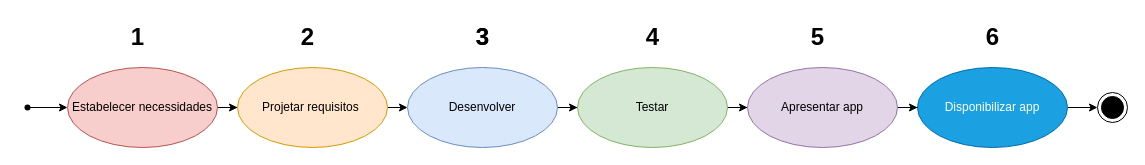
Before: page "Fluxo principal" (1 of 9) of Diagrama sem nome.drawio in helloisasilva/Processo-de-engenharia-de-software-para-App-mobile, a draw.io diagram. Source tidied: cells renumbered, new cells numbered last; positions are measured from the earlier drawing's top-left corner, leaving out a move shared by most shapes. Both pictures are drawn from the tidied source at 100%, with x=0, y=0 at pixel (17, 17).
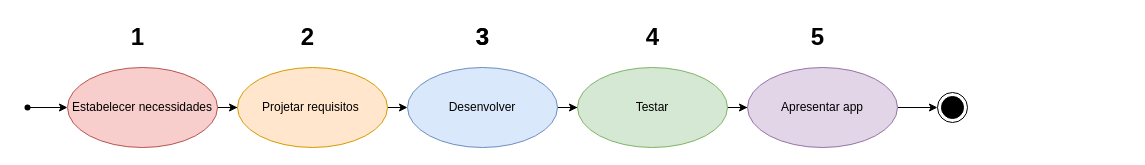
The same diagram, later.

Commit message:
Processo principal atualizado

Unchanged cells that the change refers to:
```xml
<mxCell id="15" value="Apresentar app" style="ellipse;whiteSpace=wrap;html=1;fillColor=#e1d5e7;strokeColor=#9673a6;shadow=0;" parent="1" vertex="1">
  <mxGeometry x="730" y="50" width="150" height="80" as="geometry" />
</mxCell>
```

What changed in the source:
```diff
@@
-    <mxCell id="12" style="edgeStyle=orthogonalEdgeStyle;rounded=0;jettySize=auto;html=1;" parent="1" edge="1" source="13" target="16">
-      <mxGeometry relative="1" as="geometry" />
-    </mxCell>
-    <mxCell id="13" value="Disponibilizar app" style="ellipse;whiteSpace=wrap;html=1;fillColor=#1ba1e2;strokeColor=#006EAF;shadow=0;fontColor=#ffffff;" parent="1" vertex="1">
-      <mxGeometry x="900" y="50" width="150" height="80" as="geometry" />
-    </mxCell>
-    <mxCell id="14" style="edgeStyle=orthogonalEdgeStyle;rounded=0;jettySize=auto;html=1;" parent="1" edge="1" source="15" target="13">
+    <mxCell id="14" style="edgeStyle=orthogonalEdgeStyle;rounded=0;jettySize=auto;html=1;entryX=0;entryY=0.5;entryDx=0;entryDy=0;" parent="1" edge="1" source="15" target="16">
       <mxGeometry relative="1" as="geometry" />
     </mxCell>
@@
     <mxCell id="16" style="ellipse;html=1;shape=endState;fillColor=strokeColor;" parent="1" vertex="1">
-      <mxGeometry x="1080" y="75" width="30" height="30" as="geometry" />
+      <mxGeometry x="920" y="75" width="30" height="30" as="geometry" />
     </mxCell>
@@
-    <mxCell id="23" value="6" style="text;strokeColor=none;fillColor=none;html=1;fontSize=24;fontStyle=1;verticalAlign=middle;align=center;" parent="1" vertex="1">
-      <mxGeometry x="925" width="100" height="40" as="geometry" />
-    </mxCell>
```
